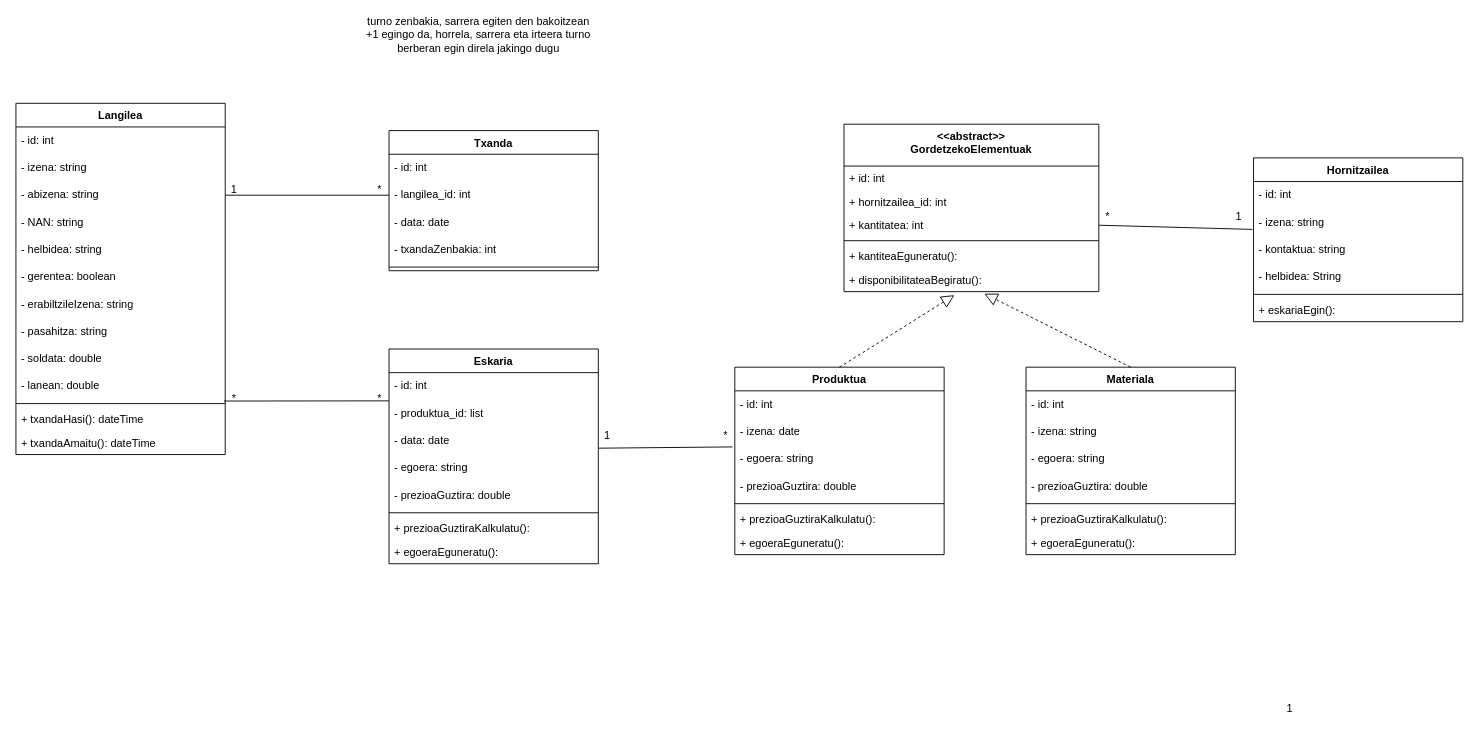
iguisado228/2MG3_1Erronka keeps this draw.io diagram as Diagramak/Gestio_aplikazioa/Gestio aplikazioa klase diagrama.drawio. Above is the earlier version. Source tidied: cells renumbered, new cells numbered last; positions are measured from the earlier drawing's top-left corner, leaving out a move shared by most shapes. Both pictures are drawn from the tidied source at 91%, with x=0, y=0 at pixel (15, 21).
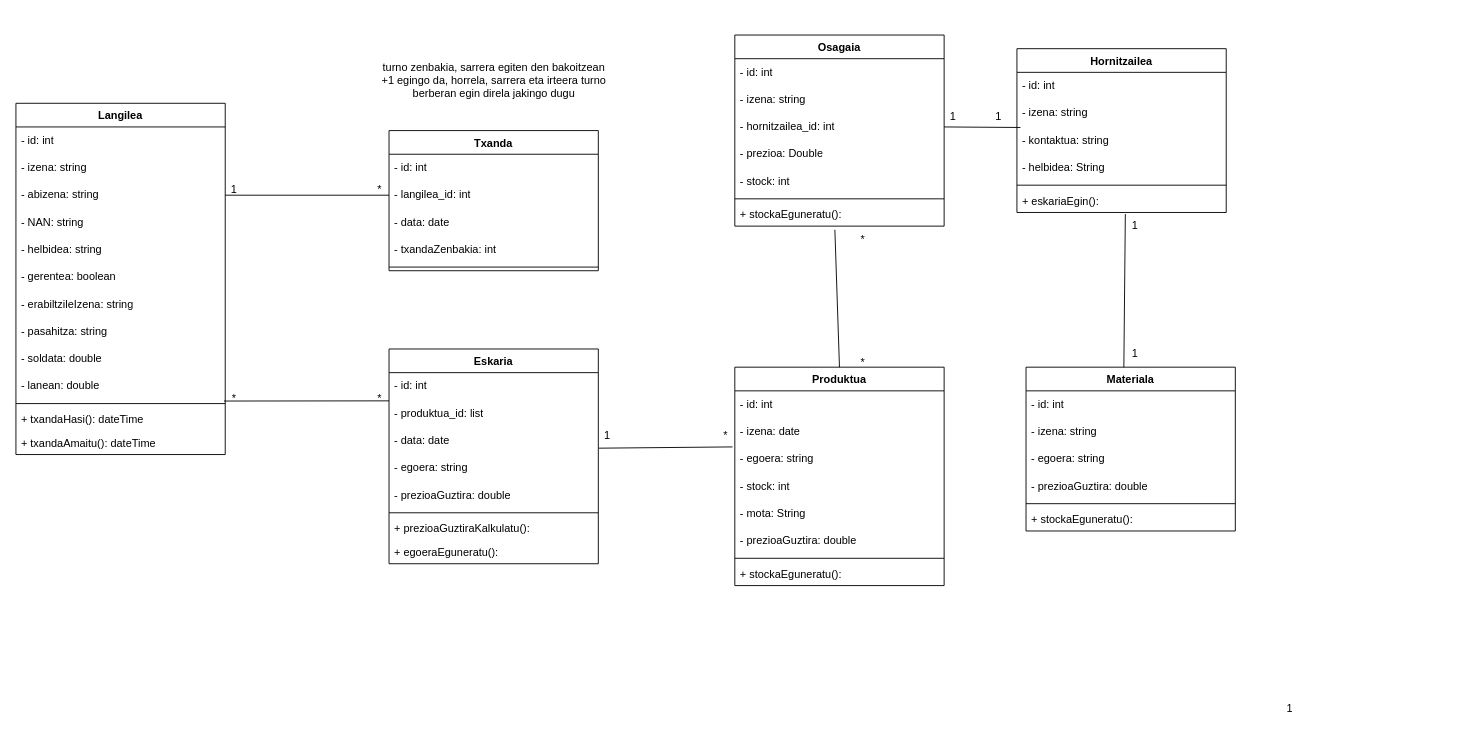
The same diagram, later.

Commit message:
diagramak eguneratuta

Unchanged cells that the change refers to:
```xml
<mxCell id="68" value="- izena: string" style="text;strokeColor=none;fillColor=none;align=left;verticalAlign=middle;spacingLeft=4;spacingRight=4;overflow=hidden;points=[[0,0.5],[1,0.5]];portConstraint=eastwest;whiteSpace=wrap;html=1;" parent="66" vertex="1">
  <mxGeometry y="56" width="230" height="30" as="geometry" />
</mxCell>
<mxCell id="72" value="+ eskariaEgin():&amp;nbsp;" style="text;strokeColor=none;fillColor=none;align=left;verticalAlign=top;spacingLeft=4;spacingRight=4;overflow=hidden;points=[[0,0.5],[1,0.5]];portConstraint=eastwest;whiteSpace=wrap;html=1;" parent="66" vertex="1">
  <mxGeometry y="154" width="230" height="26" as="geometry" />
</mxCell>
```

What changed in the source:
```diff
@@
     <mxCell id="22" value="turno zenbakia, sarrera egiten den bakoitzean +1 egingo da, horrela, sarrera eta irteera turno berberan egin direla jakingo dugu" style="text;html=1;whiteSpace=wrap;strokeColor=none;fillColor=none;align=center;verticalAlign=middle;rounded=0;" parent="1" vertex="1">
-      <mxGeometry x="377" width="263" height="30" as="geometry" />
+      <mxGeometry x="393.5" y="50" width="263" height="30" as="geometry" />
     </mxCell>
@@
     <mxCell id="38" value="Produktua" style="swimlane;fontStyle=1;align=center;verticalAlign=top;horizontal=1;startSize=26;whiteSpace=wrap;html=1;" parent="1" vertex="1">
-      <mxGeometry x="790" y="380" width="230" height="206" as="geometry" />
+      <mxGeometry x="790" y="380" width="230" height="240" as="geometry" />
     </mxCell>
@@
+    <mxCell id="77" value="- stock: int" style="text;strokeColor=none;fillColor=none;align=left;verticalAlign=middle;spacingLeft=4;spacingRight=4;overflow=hidden;whiteSpace=wrap;html=1;" parent="38" vertex="1">
+      <mxGeometry y="116" width="230" height="30" as="geometry" />
+    </mxCell>
+    <mxCell id="78" value="- mota: String" style="text;strokeColor=none;fillColor=none;align=left;verticalAlign=middle;spacingLeft=4;spacingRight=4;overflow=hidden;whiteSpace=wrap;html=1;" parent="38" vertex="1">
+      <mxGeometry y="146" width="230" height="30" as="geometry" />
+    </mxCell>
     <mxCell id="42" value="- prezioaGuztira: double" style="text;strokeColor=none;fillColor=none;align=left;verticalAlign=middle;spacingLeft=4;spacingRight=4;overflow=hidden;whiteSpace=wrap;html=1;" parent="38" vertex="1">
-      <mxGeometry y="116" width="230" height="30" as="geometry" />
+      <mxGeometry y="176" width="230" height="30" as="geometry" />
     </mxCell>
     <mxCell id="43" style="line;strokeWidth=1;fillColor=none;align=left;verticalAlign=middle;spacingTop=-1;spacingLeft=3;spacingRight=3;labelPosition=right;strokeColor=inherit;" parent="38" vertex="1">
-      <mxGeometry y="146" width="230" height="8" as="geometry" />
+      <mxGeometry y="206" width="230" height="8" as="geometry" />
     </mxCell>
-    <mxCell id="44" value="+ prezioaGuztiraKalkulatu():&amp;nbsp;" style="text;strokeColor=none;fillColor=none;align=left;verticalAlign=top;spacingLeft=4;spacingRight=4;overflow=hidden;whiteSpace=wrap;html=1;" parent="38" vertex="1">
-      <mxGeometry y="154" width="230" height="26" as="geometry" />
-    </mxCell>
-    <mxCell id="45" value="+ egoeraEguneratu():&amp;nbsp;" style="text;strokeColor=none;fillColor=none;align=left;verticalAlign=top;spacingLeft=4;spacingRight=4;overflow=hidden;whiteSpace=wrap;html=1;" parent="38" vertex="1">
-      <mxGeometry y="180" width="230" height="26" as="geometry" />
-    </mxCell>
-    <mxCell id="46" value="&amp;lt;&amp;lt;abstract&amp;gt;&amp;gt;&lt;br&gt;GordetzekoElementuak" style="swimlane;fontStyle=1;align=center;verticalAlign=top;horizontal=1;startSize=46;whiteSpace=wrap;html=1;" parent="1" vertex="1">
-      <mxGeometry x="910" y="113" width="280" height="184" as="geometry" />
-    </mxCell>
-    <mxCell id="47" value="+ id: int&amp;nbsp;" style="text;strokeColor=none;fillColor=none;align=left;verticalAlign=top;spacingLeft=4;spacingRight=4;overflow=hidden;whiteSpace=wrap;html=1;" parent="46" vertex="1">
-      <mxGeometry y="46" width="280" height="26" as="geometry" />
-    </mxCell>
-    <mxCell id="48" value="+ hornitzailea_id: int&amp;nbsp;" style="text;strokeColor=none;fillColor=none;align=left;verticalAlign=top;spacingLeft=4;spacingRight=4;overflow=hidden;whiteSpace=wrap;html=1;" parent="46" vertex="1">
-      <mxGeometry y="72" width="280" height="26" as="geometry" />
-    </mxCell>
-    <mxCell id="49" value="+ kantitatea: int&amp;nbsp;" style="text;strokeColor=none;fillColor=none;align=left;verticalAlign=top;spacingLeft=4;spacingRight=4;overflow=hidden;points=[[0,0.5],[1,0.5]];portConstraint=eastwest;whiteSpace=wrap;html=1;" parent="46" vertex="1">
-      <mxGeometry y="98" width="280" height="26" as="geometry" />
-    </mxCell>
-    <mxCell id="50" style="line;strokeWidth=1;fillColor=none;align=left;verticalAlign=middle;spacingTop=-1;spacingLeft=3;spacingRight=3;labelPosition=right;strokeColor=inherit;" parent="46" vertex="1">
-      <mxGeometry y="124" width="280" height="8" as="geometry" />
-    </mxCell>
-    <mxCell id="51" value="+ kantiteaEguneratu():&amp;nbsp;" style="text;strokeColor=none;fillColor=none;align=left;verticalAlign=top;spacingLeft=4;spacingRight=4;overflow=hidden;whiteSpace=wrap;html=1;" parent="46" vertex="1">
-      <mxGeometry y="132" width="280" height="26" as="geometry" />
-    </mxCell>
-    <mxCell id="52" value="+ disponibilitateaBegiratu():&amp;nbsp;" style="text;strokeColor=none;fillColor=none;align=left;verticalAlign=top;spacingLeft=4;spacingRight=4;overflow=hidden;points=[[0,0.5],[1,0.5]];portConstraint=eastwest;whiteSpace=wrap;html=1;" parent="46" vertex="1">
-      <mxGeometry y="158" width="280" height="26" as="geometry" />
-    </mxCell>
+    <mxCell id="79" value="+ stockaEguneratu():&amp;nbsp;" style="text;strokeColor=none;fillColor=none;align=left;verticalAlign=top;spacingLeft=4;spacingRight=4;overflow=hidden;whiteSpace=wrap;html=1;" parent="38" vertex="1">
+      <mxGeometry y="214" width="230" height="26" as="geometry" />
+    </mxCell>
     <mxCell id="53" value="Materiala" style="swimlane;fontStyle=1;align=center;verticalAlign=top;horizontal=1;startSize=26;whiteSpace=wrap;html=1;" parent="1" vertex="1">
-      <mxGeometry x="1110" y="380" width="230" height="206" as="geometry" />
+      <mxGeometry x="1110" y="380" width="230" height="180" as="geometry" />
     </mxCell>
@@
-    <mxCell id="59" value="+ prezioaGuztiraKalkulatu():&amp;nbsp;" style="text;strokeColor=none;fillColor=none;align=left;verticalAlign=top;spacingLeft=4;spacingRight=4;overflow=hidden;whiteSpace=wrap;html=1;" parent="53" vertex="1">
-      <mxGeometry y="154" width="230" height="26" as="geometry" />
-    </mxCell>
-    <mxCell id="60" value="+ egoeraEguneratu():&amp;nbsp;" style="text;strokeColor=none;fillColor=none;align=left;verticalAlign=top;spacingLeft=4;spacingRight=4;overflow=hidden;whiteSpace=wrap;html=1;" parent="53" vertex="1">
-      <mxGeometry y="180" width="230" height="26" as="geometry" />
-    </mxCell>
-    <mxCell id="61" style="endArrow=block;dashed=1;endFill=0;endSize=12;html=1;rounded=0;exitX=0.5;exitY=0;exitDx=0;exitDy=0;entryX=0.551;entryY=1.085;entryDx=0;entryDy=0;entryPerimeter=0;" parent="1" edge="1" source="53" target="52">
-      <mxGeometry relative="1" as="geometry" />
-    </mxCell>
+    <mxCell id="80" value="+ stockaEguneratu():&amp;nbsp;" style="text;strokeColor=none;fillColor=none;align=left;verticalAlign=top;spacingLeft=4;spacingRight=4;overflow=hidden;whiteSpace=wrap;html=1;" parent="53" vertex="1">
+      <mxGeometry y="154" width="230" height="26" as="geometry" />
+    </mxCell>
@@
     <mxCell id="66" value="Hornitzailea" style="swimlane;fontStyle=1;align=center;verticalAlign=top;horizontal=1;startSize=26;whiteSpace=wrap;html=1;" parent="1" vertex="1">
-      <mxGeometry x="1360" y="150" width="230" height="180" as="geometry" />
+      <mxGeometry x="1100" y="30" width="230" height="180" as="geometry" />
     </mxCell>
@@
-    <mxCell id="73" style="endArrow=none;html=1;rounded=0;entryX=-0.005;entryY=0.753;entryDx=0;entryDy=0;exitX=1;exitY=0.5;exitDx=0;exitDy=0;entryPerimeter=0;" parent="1" edge="1" source="49" target="68">
-      <mxGeometry relative="1" as="geometry" />
-    </mxCell>
-    <mxCell id="74" style="endArrow=block;dashed=1;endFill=0;endSize=12;html=1;rounded=0;entryX=0.433;entryY=1.15;entryDx=0;entryDy=0;entryPerimeter=0;exitX=0.5;exitY=0;exitDx=0;exitDy=0;" parent="1" edge="1" source="38" target="52">
-      <mxGeometry relative="1" as="geometry" />
-    </mxCell>
-    <mxCell id="75" value="1" style="text;html=1;whiteSpace=wrap;strokeColor=none;fillColor=none;align=center;verticalAlign=middle;rounded=0;" parent="1" vertex="1">
-      <mxGeometry x="1314" y="200" width="60" height="30" as="geometry" />
-    </mxCell>
-    <mxCell id="76" value="*" style="text;html=1;whiteSpace=wrap;strokeColor=none;fillColor=none;align=center;verticalAlign=middle;rounded=0;" parent="1" vertex="1">
-      <mxGeometry x="1170" y="200" width="60" height="30" as="geometry" />
-    </mxCell>
+    <mxCell id="81" value="Osagaia" style="swimlane;fontStyle=1;align=center;verticalAlign=top;horizontal=1;startSize=26;whiteSpace=wrap;html=1;" parent="1" vertex="1">
+      <mxGeometry x="790" y="15" width="230" height="210" as="geometry" />
+    </mxCell>
+    <mxCell id="82" value="- id: int" style="text;strokeColor=none;fillColor=none;align=left;verticalAlign=middle;spacingLeft=4;spacingRight=4;overflow=hidden;whiteSpace=wrap;html=1;" parent="81" vertex="1">
+      <mxGeometry y="26" width="230" height="30" as="geometry" />
+    </mxCell>
+    <mxCell id="83" value="- izena: string" style="text;strokeColor=none;fillColor=none;align=left;verticalAlign=middle;spacingLeft=4;spacingRight=4;overflow=hidden;whiteSpace=wrap;html=1;" parent="81" vertex="1">
+      <mxGeometry y="56" width="230" height="30" as="geometry" />
+    </mxCell>
+    <mxCell id="84" value="- hornitzailea_id: int" style="text;strokeColor=none;fillColor=none;align=left;verticalAlign=middle;spacingLeft=4;spacingRight=4;overflow=hidden;points=[[0,0.5],[1,0.5]];portConstraint=eastwest;whiteSpace=wrap;html=1;" parent="81" vertex="1">
+      <mxGeometry y="86" width="230" height="30" as="geometry" />
+    </mxCell>
+    <mxCell id="85" value="- prezioa: Double" style="text;strokeColor=none;fillColor=none;align=left;verticalAlign=middle;spacingLeft=4;spacingRight=4;overflow=hidden;whiteSpace=wrap;html=1;" parent="81" vertex="1">
+      <mxGeometry y="116" width="230" height="30" as="geometry" />
+    </mxCell>
+    <mxCell id="86" value="- stock: int" style="text;strokeColor=none;fillColor=none;align=left;verticalAlign=middle;spacingLeft=4;spacingRight=4;overflow=hidden;whiteSpace=wrap;html=1;" parent="81" vertex="1">
+      <mxGeometry y="146" width="230" height="30" as="geometry" />
+    </mxCell>
+    <mxCell id="87" style="line;strokeWidth=1;fillColor=none;align=left;verticalAlign=middle;spacingTop=-1;spacingLeft=3;spacingRight=3;labelPosition=right;strokeColor=inherit;" parent="81" vertex="1">
+      <mxGeometry y="176" width="230" height="8" as="geometry" />
+    </mxCell>
+    <mxCell id="88" value="+ stockaEguneratu():&amp;nbsp;" style="text;strokeColor=none;fillColor=none;align=left;verticalAlign=top;spacingLeft=4;spacingRight=4;overflow=hidden;points=[[0,0.5],[1,0.5]];portConstraint=eastwest;whiteSpace=wrap;html=1;" parent="81" vertex="1">
+      <mxGeometry y="184" width="230" height="26" as="geometry" />
+    </mxCell>
+    <mxCell id="89" style="endArrow=none;html=1;rounded=0;entryX=0.478;entryY=1.154;entryDx=0;entryDy=0;entryPerimeter=0;exitX=0.5;exitY=0;exitDx=0;exitDy=0;" parent="1" edge="1" source="38" target="88">
+      <mxGeometry relative="1" as="geometry" />
+    </mxCell>
+    <mxCell id="90" style="endArrow=none;html=1;rounded=0;entryX=0.518;entryY=1.069;entryDx=0;entryDy=0;entryPerimeter=0;exitX=0.5;exitY=0;exitDx=0;exitDy=0;" parent="1" edge="1" target="72">
+      <mxGeometry relative="1" as="geometry">
+        <mxPoint x="1217.5" y="380" as="sourcePoint" />
+      </mxGeometry>
+    </mxCell>
+    <mxCell id="91" style="endArrow=none;html=1;rounded=0;exitX=1;exitY=0.5;exitDx=0;exitDy=0;entryX=0.017;entryY=1.02;entryDx=0;entryDy=0;entryPerimeter=0;" parent="1" edge="1" source="84" target="68">
+      <mxGeometry relative="1" as="geometry" />
+    </mxCell>
+    <mxCell id="92" value="*" style="text;html=1;whiteSpace=wrap;strokeColor=none;fillColor=none;align=center;verticalAlign=middle;rounded=0;" parent="1" vertex="1">
+      <mxGeometry x="901" y="225" width="60" height="30" as="geometry" />
+    </mxCell>
+    <mxCell id="93" value="*" style="text;html=1;whiteSpace=wrap;strokeColor=none;fillColor=none;align=center;verticalAlign=middle;rounded=0;" parent="1" vertex="1">
+      <mxGeometry x="901" y="360" width="60" height="30" as="geometry" />
+    </mxCell>
+    <mxCell id="94" value="1" style="text;html=1;whiteSpace=wrap;strokeColor=none;fillColor=none;align=center;verticalAlign=middle;rounded=0;" parent="1" vertex="1">
+      <mxGeometry x="1200" y="210" width="60" height="30" as="geometry" />
+    </mxCell>
+    <mxCell id="95" value="1" style="text;html=1;whiteSpace=wrap;strokeColor=none;fillColor=none;align=center;verticalAlign=middle;rounded=0;" parent="1" vertex="1">
+      <mxGeometry x="1200" y="350" width="60" height="30" as="geometry" />
+    </mxCell>
+    <mxCell id="96" value="1" style="text;html=1;whiteSpace=wrap;strokeColor=none;fillColor=none;align=center;verticalAlign=middle;rounded=0;" parent="1" vertex="1">
+      <mxGeometry x="1000" y="90" width="60" height="30" as="geometry" />
+    </mxCell>
+    <mxCell id="97" value="1" style="text;html=1;whiteSpace=wrap;strokeColor=none;fillColor=none;align=center;verticalAlign=middle;rounded=0;" parent="1" vertex="1">
+      <mxGeometry x="1050" y="90" width="60" height="30" as="geometry" />
+    </mxCell>
```
